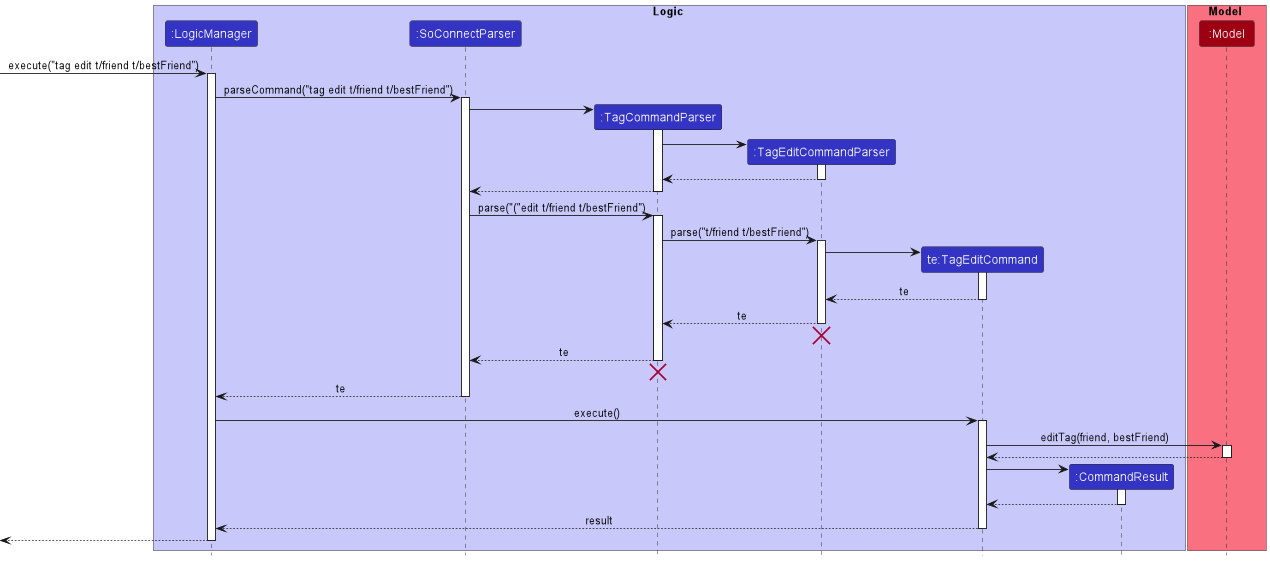
Above: docs/images/TagEditSequenceDiagram.png in nus-cs2103-AY2223S1/tp (PlantUML), before the change.
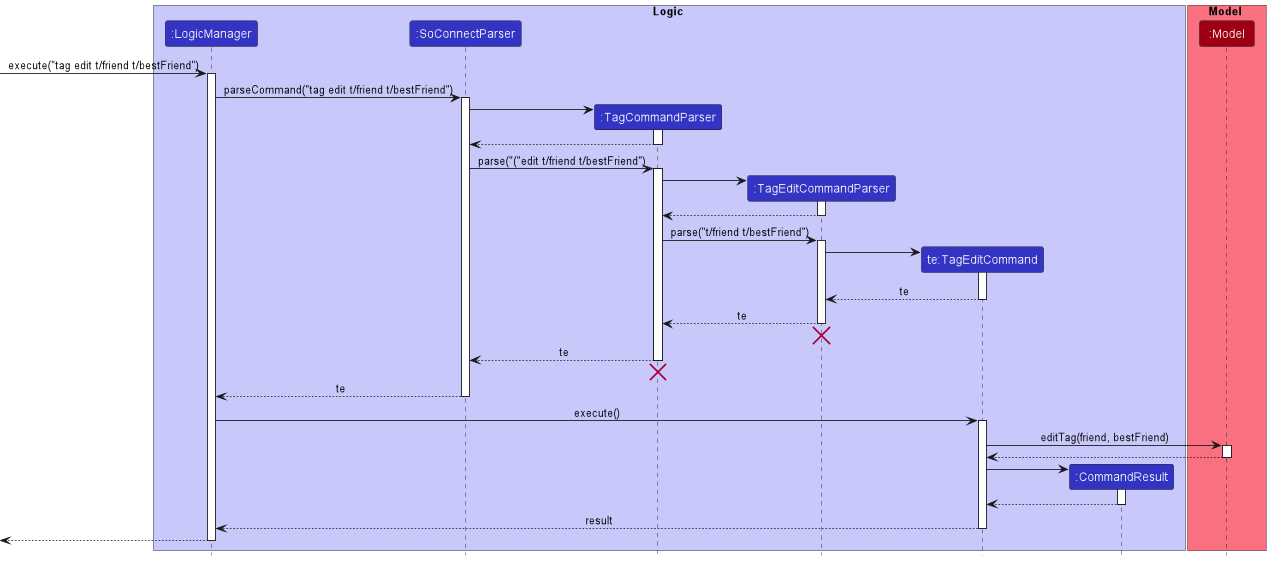
The same diagram one commit later.

Diff of the diagram source:
```diff
@@ -25,18 +25,18 @@
 SoConnectParser -> TagCommandParser
 activate TagCommandParser
 
+TagCommandParser --> SoConnectParser
+deactivate TagCommandParser
+
+SoConnectParser -> TagCommandParser : parse("("edit t/friend t/bestFriend")
+activate TagCommandParser
+
 create TagEditCommandParser
 TagCommandParser -> TagEditCommandParser
 activate TagEditCommandParser
 
 TagEditCommandParser --> TagCommandParser
 deactivate TagEditCommandParser
-
-TagCommandParser --> SoConnectParser
-deactivate TagCommandParser
-
-SoConnectParser -> TagCommandParser : parse("("edit t/friend t/bestFriend")
-activate TagCommandParser
 
 TagCommandParser -> TagEditCommandParser : parse("t/friend t/bestFriend")
 activate TagEditCommandParser
```
